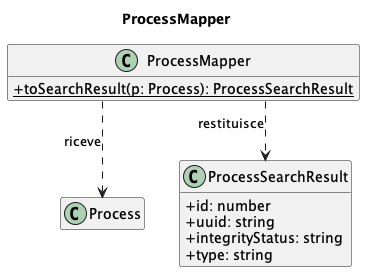
This is out/3_PB/DocumentiEsterni/DiagrammiSpecificaTecnica/C4/C4_backend_Search/C4_backend_Search-13.png from 7-ZPUs/Docs, a PlantUML export, as it was before one commit. Source of this version:
```plantuml
@startuml
title ProcessMapper

skinparam classAttributeIconSize 0
skinparam linetype ortho
hide empty members

class ProcessMapper {
    + {static} toSearchResult(p: Process): ProcessSearchResult
}
class Process
class ProcessSearchResult {
    + id: number
    + uuid: string
    + integrityStatus: string
    + type: string
}

ProcessMapper ..> Process           : riceve
ProcessMapper ..> ProcessSearchResult : restituisce

@enduml
```
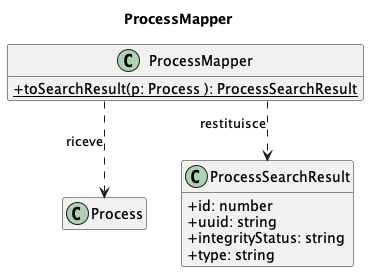
Later version of the same file.

Commit message:
Corretti diagrammi search

Change to the diagram source:
```diff
@@ -6,7 +6,7 @@
 hide empty members
 
 class ProcessMapper {
-    + {static} toSearchResult(p: Process): ProcessSearchResult
+    + {static} toSearchResult(p: Process ): ProcessSearchResult
 }
 class Process
 class ProcessSearchResult {
```
